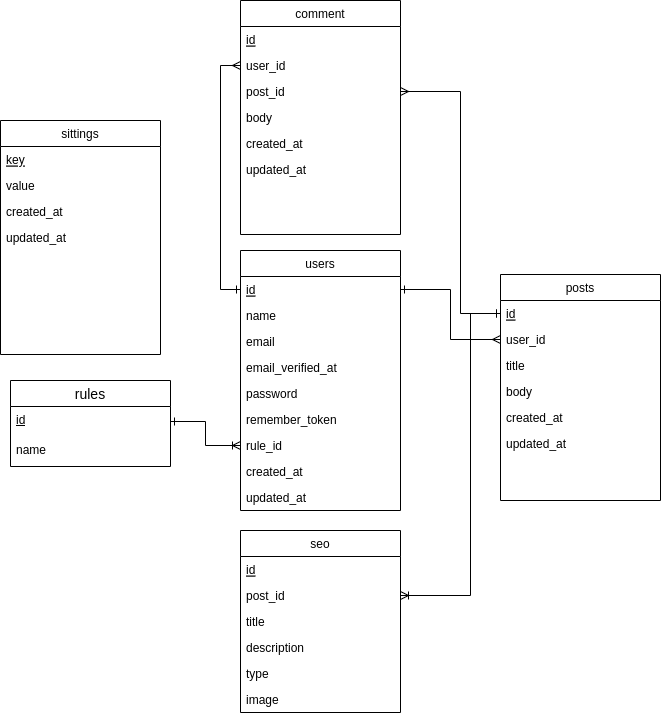
Before: database/ERD-blog.png, a diagram exported from draw.io (yhyasyrian/blog-laravel). Source tidied: cells renumbered, new cells last; positions are measured from the earlier drawing's top-left corner, leaving out a move shared by most shapes.
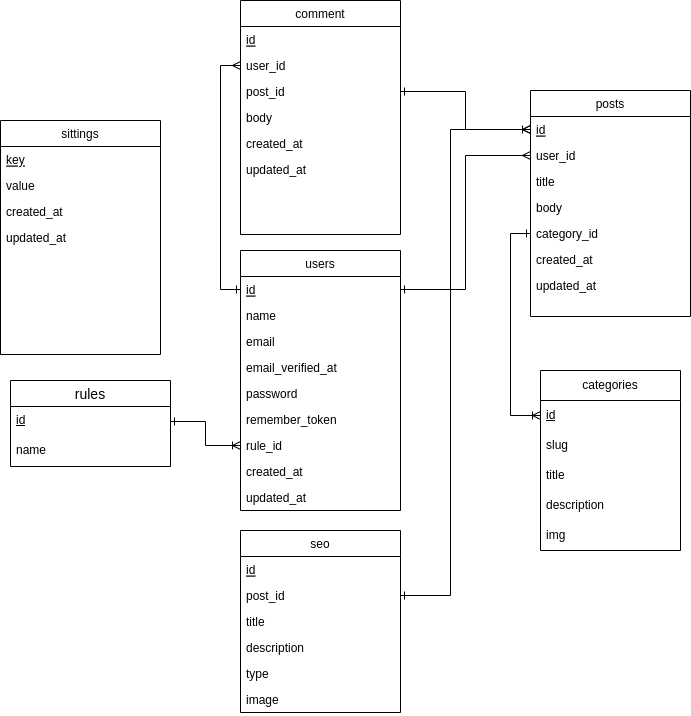
After the commit.

The edit, as a diff of the source:
```diff
@@ -33,7 +33,7 @@
       <mxGeometry y="234" width="160" height="26" as="geometry" />
     </mxCell>
     <mxCell id="12" value="posts" style="swimlane;fontStyle=0;align=center;verticalAlign=top;horizontal=1;startSize=26;rounded=0;shadow=0;strokeWidth=1;" parent="1" vertex="1">
-      <mxGeometry x="500" y="274" width="160" height="226" as="geometry" />
+      <mxGeometry x="530" y="90" width="160" height="226" as="geometry" />
     </mxCell>
     <mxCell id="13" value="id" style="text;align=left;verticalAlign=top;spacingLeft=4;spacingRight=4;overflow=hidden;points=[[0,0.5],[1,0.5]];portConstraint=eastwest;fontStyle=4;" parent="12" vertex="1">
       <mxGeometry y="26" width="160" height="26" as="geometry" />
@@ -47,11 +47,14 @@
     <mxCell id="16" value="body" style="text;align=left;verticalAlign=top;spacingLeft=4;spacingRight=4;overflow=hidden;rounded=0;shadow=0;html=0;" parent="12" vertex="1">
       <mxGeometry y="104" width="160" height="26" as="geometry" />
     </mxCell>
+    <mxCell id="46" value="category_id" style="text;align=left;verticalAlign=top;spacingLeft=4;spacingRight=4;overflow=hidden;points=[[0,0.5],[1,0.5]];portConstraint=eastwest;rounded=0;shadow=0;html=0;" parent="12" vertex="1">
+      <mxGeometry y="130" width="160" height="26" as="geometry" />
+    </mxCell>
     <mxCell id="17" value="created_at" style="text;align=left;verticalAlign=top;spacingLeft=4;spacingRight=4;overflow=hidden;rounded=0;shadow=0;html=0;" parent="12" vertex="1">
-      <mxGeometry y="130" width="160" height="26" as="geometry" />
+      <mxGeometry y="156" width="160" height="26" as="geometry" />
     </mxCell>
     <mxCell id="18" value="updated_at" style="text;align=left;verticalAlign=top;spacingLeft=4;spacingRight=4;overflow=hidden;rounded=0;shadow=0;html=0;" parent="12" vertex="1">
-      <mxGeometry y="156" width="160" height="26" as="geometry" />
+      <mxGeometry y="182" width="160" height="26" as="geometry" />
     </mxCell>
     <mxCell id="19" value="comment" style="swimlane;fontStyle=0;align=center;verticalAlign=top;horizontal=1;startSize=26;rounded=0;shadow=0;strokeWidth=1;" parent="1" vertex="1">
       <mxGeometry x="240" width="160" height="234" as="geometry" />
@@ -113,25 +116,9 @@
     <mxCell id="38" style="edgeStyle=orthogonalEdgeStyle;rounded=0;jettySize=auto;html=1;startArrow=ERone;startFill=0;endArrow=ERmany;endFill=0;" parent="1" edge="1" source="3" target="14">
       <mxGeometry relative="1" as="geometry" />
     </mxCell>
-    <mxCell id="39" style="edgeStyle=orthogonalEdgeStyle;rounded=0;jettySize=auto;html=1;endArrow=ERone;endFill=0;startArrow=ERoneToMany;startFill=0;" parent="1" edge="1" source="28" target="13">
-      <mxGeometry relative="1" as="geometry">
-        <Array as="points">
-          <mxPoint x="470" y="595" />
-          <mxPoint x="470" y="313" />
-        </Array>
-      </mxGeometry>
-    </mxCell>
     <mxCell id="40" style="edgeStyle=orthogonalEdgeStyle;rounded=0;jettySize=auto;html=1;entryX=0;entryY=0.5;entryDx=0;entryDy=0;startArrow=ERmany;startFill=0;endArrow=ERone;endFill=0;" parent="1" edge="1" source="21" target="3">
       <mxGeometry relative="1" as="geometry" />
     </mxCell>
-    <mxCell id="41" style="edgeStyle=orthogonalEdgeStyle;rounded=0;jettySize=auto;html=1;endArrow=ERone;endFill=0;startArrow=ERmany;startFill=0;" parent="1" edge="1" source="22" target="13">
-      <mxGeometry relative="1" as="geometry">
-        <Array as="points">
-          <mxPoint x="460" y="91" />
-          <mxPoint x="460" y="313" />
-        </Array>
-      </mxGeometry>
-    </mxCell>
     <mxCell id="42" value="rules" style="swimlane;fontStyle=0;horizontal=1;startSize=26;align=center;fontSize=14;" parent="1" vertex="1">
       <mxGeometry x="10" y="380" width="160" height="86" as="geometry" />
     </mxCell>
@@ -144,5 +131,37 @@
     <mxCell id="45" style="edgeStyle=orthogonalEdgeStyle;rounded=0;jettySize=auto;html=1;exitX=0;exitY=0.5;exitDx=0;exitDy=0;endArrow=ERone;endFill=0;startArrow=ERoneToMany;startFill=0;" parent="1" edge="1" source="9" target="43">
       <mxGeometry relative="1" as="geometry" />
     </mxCell>
+    <mxCell id="41" style="edgeStyle=orthogonalEdgeStyle;rounded=0;jettySize=auto;html=1;startArrow=ERone;startFill=0;endArrow=ERoneToMany;endFill=0;" parent="1" edge="1" source="22" target="13">
+      <mxGeometry relative="1" as="geometry" />
+    </mxCell>
+    <mxCell id="39" style="edgeStyle=orthogonalEdgeStyle;rounded=0;jettySize=auto;html=1;startArrow=ERone;startFill=0;endArrow=ERmany;endFill=0;" parent="1" edge="1" source="28" target="13">
+      <mxGeometry relative="1" as="geometry">
+        <Array as="points">
+          <mxPoint x="450" y="595" />
+          <mxPoint x="450" y="129" />
+        </Array>
+      </mxGeometry>
+    </mxCell>
+    <mxCell id="47" value="categories" style="swimlane;fontStyle=0;horizontal=1;startSize=30;whiteSpace=wrap;html=1;" parent="1" vertex="1">
+      <mxGeometry x="540" y="370" width="140" height="180" as="geometry" />
+    </mxCell>
+    <mxCell id="48" value="&lt;u&gt;id&lt;/u&gt;" style="text;strokeColor=none;fillColor=none;align=left;verticalAlign=middle;spacingLeft=4;spacingRight=4;overflow=hidden;points=[[0,0.5],[1,0.5]];portConstraint=eastwest;whiteSpace=wrap;html=1;" parent="47" vertex="1">
+      <mxGeometry y="30" width="140" height="30" as="geometry" />
+    </mxCell>
+    <mxCell id="49" value="slug" style="text;strokeColor=none;fillColor=none;align=left;verticalAlign=middle;spacingLeft=4;spacingRight=4;overflow=hidden;whiteSpace=wrap;html=1;" parent="47" vertex="1">
+      <mxGeometry y="60" width="140" height="30" as="geometry" />
+    </mxCell>
+    <mxCell id="50" value="title" style="text;strokeColor=none;fillColor=none;align=left;verticalAlign=middle;spacingLeft=4;spacingRight=4;overflow=hidden;whiteSpace=wrap;html=1;" parent="47" vertex="1">
+      <mxGeometry y="90" width="140" height="30" as="geometry" />
+    </mxCell>
+    <mxCell id="51" value="description" style="text;strokeColor=none;fillColor=none;align=left;verticalAlign=middle;spacingLeft=4;spacingRight=4;overflow=hidden;whiteSpace=wrap;html=1;" parent="47" vertex="1">
+      <mxGeometry y="120" width="140" height="30" as="geometry" />
+    </mxCell>
+    <mxCell id="52" value="img" style="text;strokeColor=none;fillColor=none;align=left;verticalAlign=middle;spacingLeft=4;spacingRight=4;overflow=hidden;whiteSpace=wrap;html=1;" parent="47" vertex="1">
+      <mxGeometry y="150" width="140" height="30" as="geometry" />
+    </mxCell>
+    <mxCell id="53" style="edgeStyle=orthogonalEdgeStyle;rounded=0;jettySize=auto;html=1;entryX=0;entryY=0.5;entryDx=0;entryDy=0;startArrow=ERone;startFill=0;endArrow=ERoneToMany;endFill=0;" parent="1" edge="1" source="46" target="48">
+      <mxGeometry relative="1" as="geometry" />
+    </mxCell>
   </root>
 </mxGraphModel>
```
